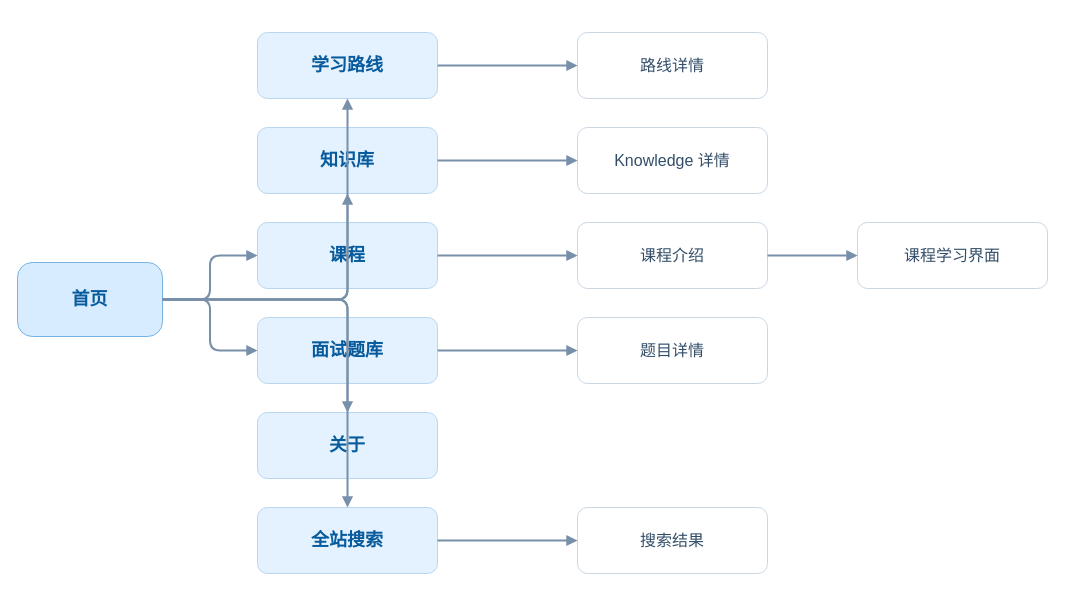
Earlier version of the draw.io diagram docs/assets/diagrams/site-map.drawio (MagicBude/embedded-learning-lab). Source tidied: cells renumbered, new cells numbered last; positions are measured from the earlier drawing's top-left corner, leaving out a move shared by most shapes. Both pictures are drawn from the tidied source at 100%, with x=0, y=0 at pixel (17, 32).
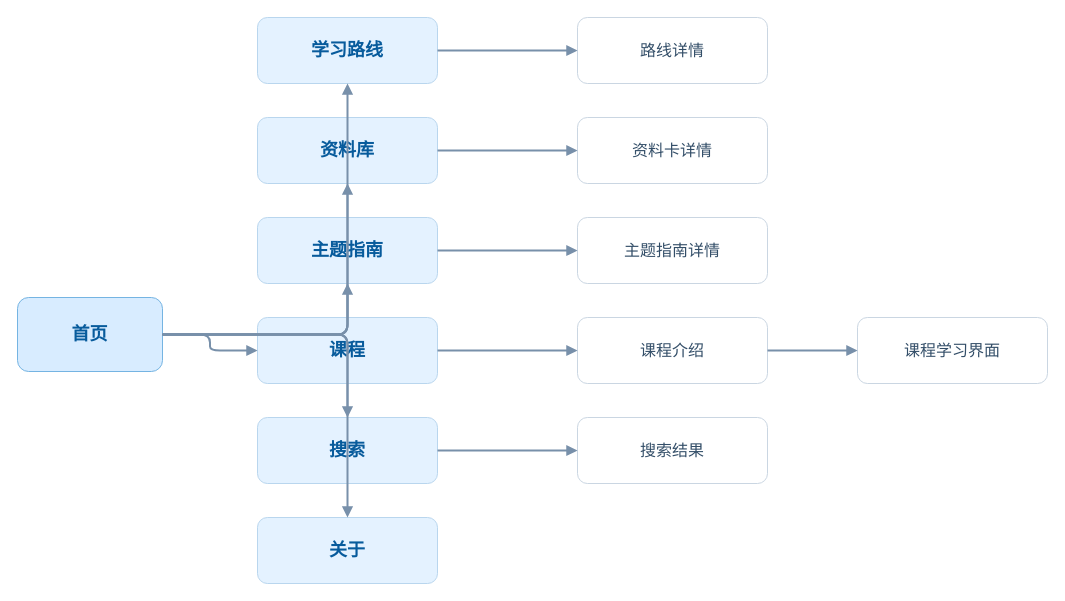
After the change.

What changed in the source:
```diff
@@
-    <mxCell id="2" value="首页" style="rounded=1;whiteSpace=wrap;html=1;fillColor=#d8ecff;strokeColor=#75b4e2;fontColor=#075b9c;fontSize=18;fontStyle=1;arcSize=20;" parent="1" vertex="1">
-      <mxGeometry y="230" width="145" height="74" as="geometry" />
+    <mxCell id="2" value="首页" style="rounded=1;whiteSpace=wrap;html=1;fillColor=#d8ecff;strokeColor=#75b4e2;fontColor=#075b9c;fontSize=18;fontStyle=1;" parent="1" vertex="1">
+      <mxGeometry y="265" width="145" height="74" as="geometry" />
     </mxCell>
     <mxCell id="3" value="学习路线" style="rounded=1;whiteSpace=wrap;html=1;fillColor=#e4f2ff;strokeColor=#b9d6ee;fontColor=#075b9c;fontSize=18;fontStyle=1;" parent="1" vertex="1">
-      <mxGeometry x="240" width="180" height="66" as="geometry" />
+      <mxGeometry x="240" y="-15" width="180" height="66" as="geometry" />
     </mxCell>
-    <mxCell id="4" value="知识库" style="rounded=1;whiteSpace=wrap;html=1;fillColor=#e4f2ff;strokeColor=#b9d6ee;fontColor=#075b9c;fontSize=18;fontStyle=1;" parent="1" vertex="1">
-      <mxGeometry x="240" y="95" width="180" height="66" as="geometry" />
-    </mxCell>
+    <mxCell id="27" value="资料库" style="rounded=1;whiteSpace=wrap;html=1;fillColor=#e4f2ff;strokeColor=#b9d6ee;fontColor=#075b9c;fontSize=18;fontStyle=1;" parent="1" vertex="1">
+      <mxGeometry x="240" y="85" width="180" height="66" as="geometry" />
+    </mxCell>
+    <mxCell id="28" value="主题指南" style="rounded=1;whiteSpace=wrap;html=1;fillColor=#e4f2ff;strokeColor=#b9d6ee;fontColor=#075b9c;fontSize=18;fontStyle=1;" parent="1" vertex="1">
+      <mxGeometry x="240" y="185" width="180" height="66" as="geometry" />
+    </mxCell>
     <mxCell id="5" value="课程" style="rounded=1;whiteSpace=wrap;html=1;fillColor=#e4f2ff;strokeColor=#b9d6ee;fontColor=#075b9c;fontSize=18;fontStyle=1;" parent="1" vertex="1">
-      <mxGeometry x="240" y="190" width="180" height="66" as="geometry" />
+      <mxGeometry x="240" y="285" width="180" height="66" as="geometry" />
     </mxCell>
-    <mxCell id="6" value="面试题库" style="rounded=1;whiteSpace=wrap;html=1;fillColor=#e4f2ff;strokeColor=#b9d6ee;fontColor=#075b9c;fontSize=18;fontStyle=1;" parent="1" vertex="1">
-      <mxGeometry x="240" y="285" width="180" height="66" as="geometry" />
-    </mxCell>
+    <mxCell id="8" value="搜索" style="rounded=1;whiteSpace=wrap;html=1;fillColor=#e4f2ff;strokeColor=#b9d6ee;fontColor=#075b9c;fontSize=18;fontStyle=1;" parent="1" vertex="1">
+      <mxGeometry x="240" y="385" width="180" height="66" as="geometry" />
+    </mxCell>
     <mxCell id="7" value="关于" style="rounded=1;whiteSpace=wrap;html=1;fillColor=#e4f2ff;strokeColor=#b9d6ee;fontColor=#075b9c;fontSize=18;fontStyle=1;" parent="1" vertex="1">
-      <mxGeometry x="240" y="380" width="180" height="66" as="geometry" />
+      <mxGeometry x="240" y="485" width="180" height="66" as="geometry" />
     </mxCell>
-    <mxCell id="8" value="全站搜索" style="rounded=1;whiteSpace=wrap;html=1;fillColor=#e4f2ff;strokeColor=#b9d6ee;fontColor=#075b9c;fontSize=18;fontStyle=1;" parent="1" vertex="1">
-      <mxGeometry x="240" y="475" width="180" height="66" as="geometry" />
-    </mxCell>
     <mxCell id="9" value="路线详情" style="rounded=1;whiteSpace=wrap;html=1;fillColor=#ffffff;strokeColor=#cad6e2;fontColor=#334e68;fontSize=16;" parent="1" vertex="1">
-      <mxGeometry x="560" width="190" height="66" as="geometry" />
+      <mxGeometry x="560" y="-15" width="190" height="66" as="geometry" />
     </mxCell>
-    <mxCell id="10" value="Knowledge 详情" style="rounded=1;whiteSpace=wrap;html=1;fillColor=#ffffff;strokeColor=#cad6e2;fontColor=#334e68;fontSize=16;" parent="1" vertex="1">
-      <mxGeometry x="560" y="95" width="190" height="66" as="geometry" />
-    </mxCell>
+    <mxCell id="29" value="资料卡详情" style="rounded=1;whiteSpace=wrap;html=1;fillColor=#ffffff;strokeColor=#cad6e2;fontColor=#334e68;fontSize=16;" parent="1" vertex="1">
+      <mxGeometry x="560" y="85" width="190" height="66" as="geometry" />
+    </mxCell>
+    <mxCell id="30" value="主题指南详情" style="rounded=1;whiteSpace=wrap;html=1;fillColor=#ffffff;strokeColor=#cad6e2;fontColor=#334e68;fontSize=16;" parent="1" vertex="1">
+      <mxGeometry x="560" y="185" width="190" height="66" as="geometry" />
+    </mxCell>
     <mxCell id="11" value="课程介绍" style="rounded=1;whiteSpace=wrap;html=1;fillColor=#ffffff;strokeColor=#cad6e2;fontColor=#334e68;fontSize=16;" parent="1" vertex="1">
-      <mxGeometry x="560" y="190" width="190" height="66" as="geometry" />
+      <mxGeometry x="560" y="285" width="190" height="66" as="geometry" />
     </mxCell>
     <mxCell id="12" value="课程学习界面" style="rounded=1;whiteSpace=wrap;html=1;fillColor=#ffffff;strokeColor=#cad6e2;fontColor=#334e68;fontSize=16;" parent="1" vertex="1">
-      <mxGeometry x="840" y="190" width="190" height="66" as="geometry" />
+      <mxGeometry x="840" y="285" width="190" height="66" as="geometry" />
     </mxCell>
-    <mxCell id="13" value="题目详情" style="rounded=1;whiteSpace=wrap;html=1;fillColor=#ffffff;strokeColor=#cad6e2;fontColor=#334e68;fontSize=16;" parent="1" vertex="1">
-      <mxGeometry x="560" y="285" width="190" height="66" as="geometry" />
-    </mxCell>
     <mxCell id="14" value="搜索结果" style="rounded=1;whiteSpace=wrap;html=1;fillColor=#ffffff;strokeColor=#cad6e2;fontColor=#334e68;fontSize=16;" parent="1" vertex="1">
-      <mxGeometry x="560" y="475" width="190" height="66" as="geometry" />
+      <mxGeometry x="560" y="385" width="190" height="66" as="geometry" />
     </mxCell>
@@
-    <mxCell id="16" style="edgeStyle=orthogonalEdgeStyle;html=1;strokeColor=#7890aa;strokeWidth=2;endArrow=block;endFill=1;" parent="1" edge="1" source="2" target="4">
+    <mxCell id="16" style="edgeStyle=orthogonalEdgeStyle;html=1;strokeColor=#7890aa;strokeWidth=2;endArrow=block;endFill=1;" parent="1" edge="1" source="2" target="27">
       <mxGeometry relative="1" as="geometry" />
     </mxCell>
-    <mxCell id="17" style="edgeStyle=orthogonalEdgeStyle;html=1;strokeColor=#7890aa;strokeWidth=2;endArrow=block;endFill=1;" parent="1" edge="1" source="2" target="5">
+    <mxCell id="17" style="edgeStyle=orthogonalEdgeStyle;html=1;strokeColor=#7890aa;strokeWidth=2;endArrow=block;endFill=1;" parent="1" edge="1" source="2" target="28">
       <mxGeometry relative="1" as="geometry" />
     </mxCell>
-    <mxCell id="18" style="edgeStyle=orthogonalEdgeStyle;html=1;strokeColor=#7890aa;strokeWidth=2;endArrow=block;endFill=1;" parent="1" edge="1" source="2" target="6">
+    <mxCell id="18" style="edgeStyle=orthogonalEdgeStyle;html=1;strokeColor=#7890aa;strokeWidth=2;endArrow=block;endFill=1;" parent="1" edge="1" source="2" target="5">
       <mxGeometry relative="1" as="geometry" />
     </mxCell>
-    <mxCell id="19" style="edgeStyle=orthogonalEdgeStyle;html=1;strokeColor=#7890aa;strokeWidth=2;endArrow=block;endFill=1;" parent="1" edge="1" source="2" target="7">
+    <mxCell id="19" style="edgeStyle=orthogonalEdgeStyle;html=1;strokeColor=#7890aa;strokeWidth=2;endArrow=block;endFill=1;" parent="1" edge="1" source="2" target="8">
       <mxGeometry relative="1" as="geometry" />
     </mxCell>
-    <mxCell id="20" style="edgeStyle=orthogonalEdgeStyle;html=1;strokeColor=#7890aa;strokeWidth=2;endArrow=block;endFill=1;" parent="1" edge="1" source="2" target="8">
+    <mxCell id="20" style="edgeStyle=orthogonalEdgeStyle;html=1;strokeColor=#7890aa;strokeWidth=2;endArrow=block;endFill=1;" parent="1" edge="1" source="2" target="7">
       <mxGeometry relative="1" as="geometry" />
     </mxCell>
@@
-    <mxCell id="22" style="edgeStyle=orthogonalEdgeStyle;html=1;strokeColor=#7890aa;strokeWidth=2;endArrow=block;endFill=1;" parent="1" edge="1" source="4" target="10">
+    <mxCell id="22" style="edgeStyle=orthogonalEdgeStyle;html=1;strokeColor=#7890aa;strokeWidth=2;endArrow=block;endFill=1;" parent="1" edge="1" source="27" target="29">
       <mxGeometry relative="1" as="geometry" />
     </mxCell>
-    <mxCell id="23" style="edgeStyle=orthogonalEdgeStyle;html=1;strokeColor=#7890aa;strokeWidth=2;endArrow=block;endFill=1;" parent="1" edge="1" source="5" target="11">
+    <mxCell id="23" style="edgeStyle=orthogonalEdgeStyle;html=1;strokeColor=#7890aa;strokeWidth=2;endArrow=block;endFill=1;" parent="1" edge="1" source="28" target="30">
       <mxGeometry relative="1" as="geometry" />
     </mxCell>
-    <mxCell id="24" style="edgeStyle=orthogonalEdgeStyle;html=1;strokeColor=#7890aa;strokeWidth=2;endArrow=block;endFill=1;" parent="1" edge="1" source="11" target="12">
+    <mxCell id="24" style="edgeStyle=orthogonalEdgeStyle;html=1;strokeColor=#7890aa;strokeWidth=2;endArrow=block;endFill=1;" parent="1" edge="1" source="5" target="11">
       <mxGeometry relative="1" as="geometry" />
     </mxCell>
-    <mxCell id="25" style="edgeStyle=orthogonalEdgeStyle;html=1;strokeColor=#7890aa;strokeWidth=2;endArrow=block;endFill=1;" parent="1" edge="1" source="6" target="13">
+    <mxCell id="25" style="edgeStyle=orthogonalEdgeStyle;html=1;strokeColor=#7890aa;strokeWidth=2;endArrow=block;endFill=1;" parent="1" edge="1" source="11" target="12">
       <mxGeometry relative="1" as="geometry" />
     </mxCell>
```
